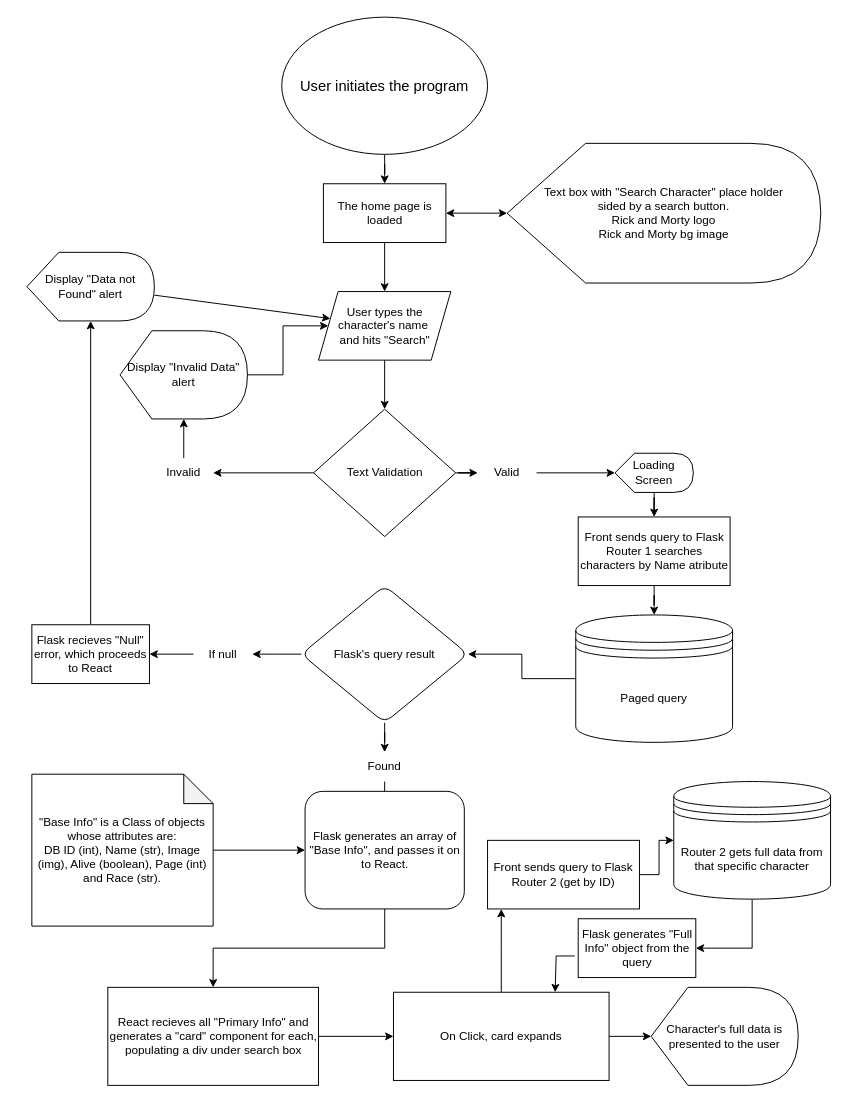
The draw.io diagram Diagrama sem nome.drawio in Arhck/Arhck, before the edit. Source tidied: cells renumbered, new cells numbered last; positions are measured from the earlier drawing's top-left corner, leaving out a move shared by most shapes. Both pictures are drawn from the tidied source at 98%, with x=0, y=0 at pixel (26, 17).
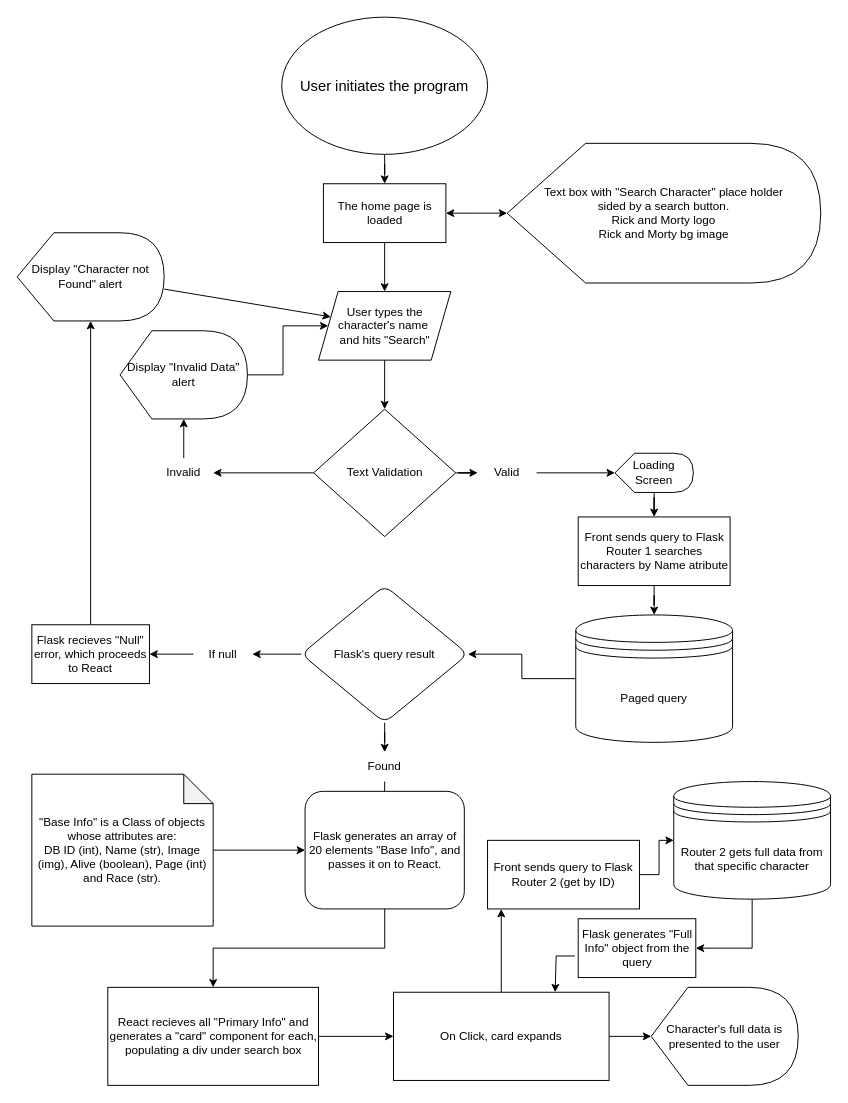
Above is the later version.

What changed in the source:
```diff
@@
-    <mxCell id="24" value="Display &quot;Data not Found&quot; alert" style="shape=display;whiteSpace=wrap;html=1;" parent="1" vertex="1">
-      <mxGeometry y="240" width="130" height="70" as="geometry" />
+    <mxCell id="24" value="Display &quot;Character not Found&quot; alert" style="shape=display;whiteSpace=wrap;html=1;" parent="1" vertex="1">
+      <mxGeometry x="-10" y="220" width="150" height="90" as="geometry" />
     </mxCell>
@@
-    <mxCell id="32" value="Flask generates an array of &quot;Base Info&quot;, and passes it on to React." style="rounded=1;whiteSpace=wrap;html=1;" parent="1" vertex="1">
+    <mxCell id="32" value="Flask generates an array of 20 elements &quot;Base Info&quot;, and passes it on to React." style="rounded=1;whiteSpace=wrap;html=1;" parent="1" vertex="1">
       <mxGeometry x="283.8" y="790" width="162.5" height="120" as="geometry" />
     </mxCell>
```
